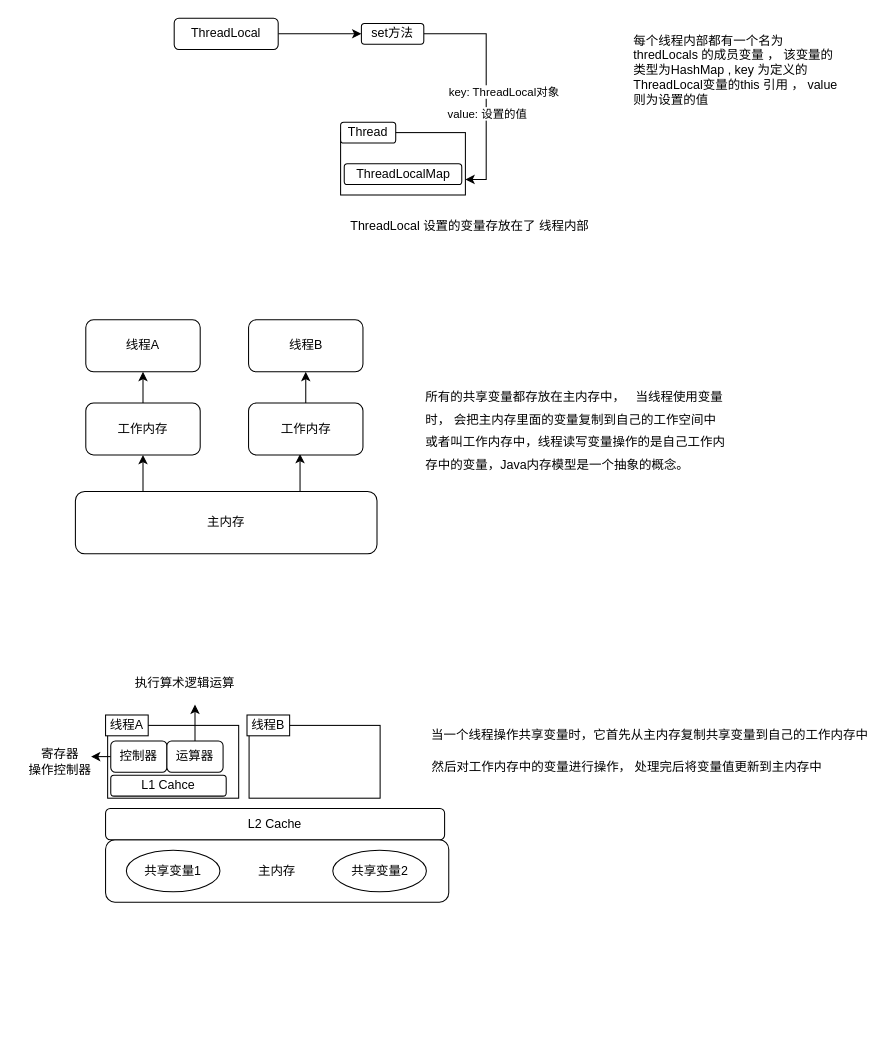
Before: 并发编程.drawio in topyuluo/photo-project, a draw.io diagram. Source tidied: cells renumbered, new cells numbered last; positions are measured from the earlier drawing's top-left corner, leaving out a move shared by most shapes. Both pictures are drawn from the tidied source at 104%, with x=0, y=0 at pixel (18, 18).
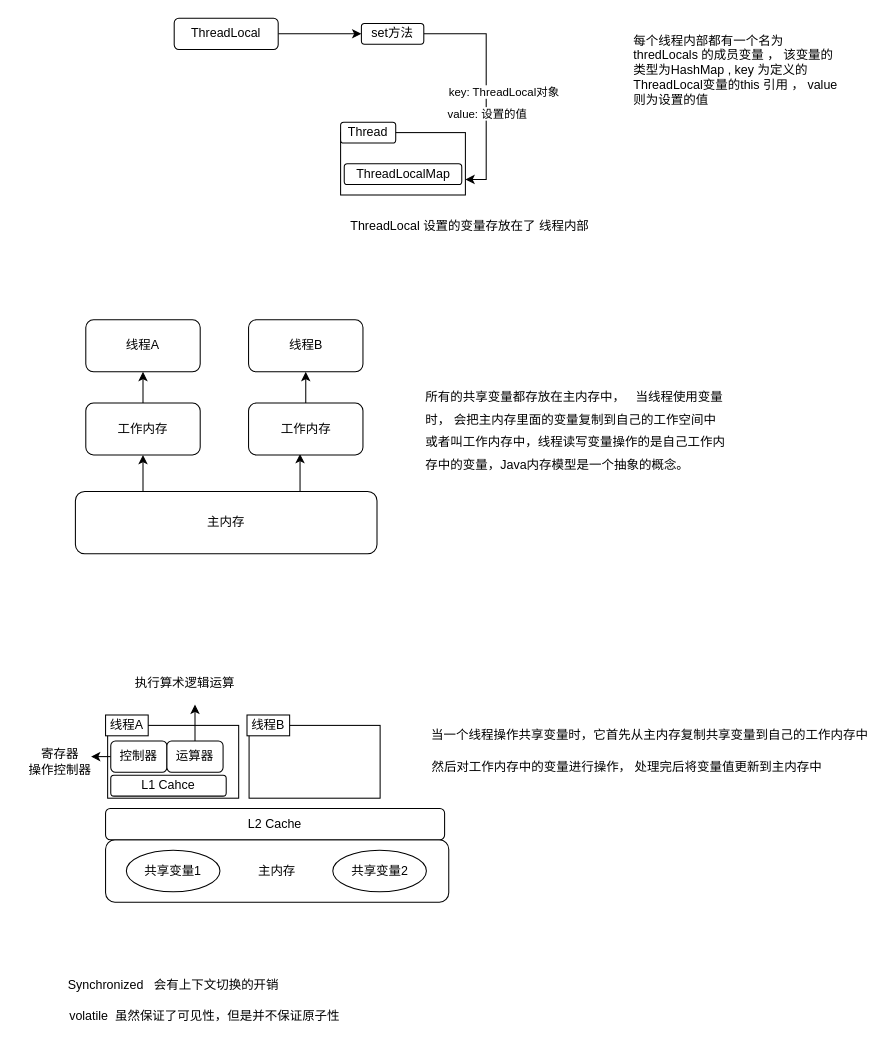
Above is the later version.

Commit message:
更新并发编程.drawio

What changed in the source:
```diff
@@
+    <mxCell id="40" value="Synchronized&amp;nbsp; &amp;nbsp;会有上下文切换的开销" style="text;html=1;align=center;verticalAlign=middle;strokeColor=none;" parent="1" vertex="1">
+      <mxGeometry x="39" y="920" width="220" height="20" as="geometry" />
+    </mxCell>
+    <mxCell id="41" value="volatile&amp;nbsp; 虽然保证了可见性，但是并不保证原子性" style="text;html=1;align=center;verticalAlign=middle;strokeColor=none;" parent="1" vertex="1">
+      <mxGeometry x="39" y="950" width="280" height="20" as="geometry" />
+    </mxCell>
```
